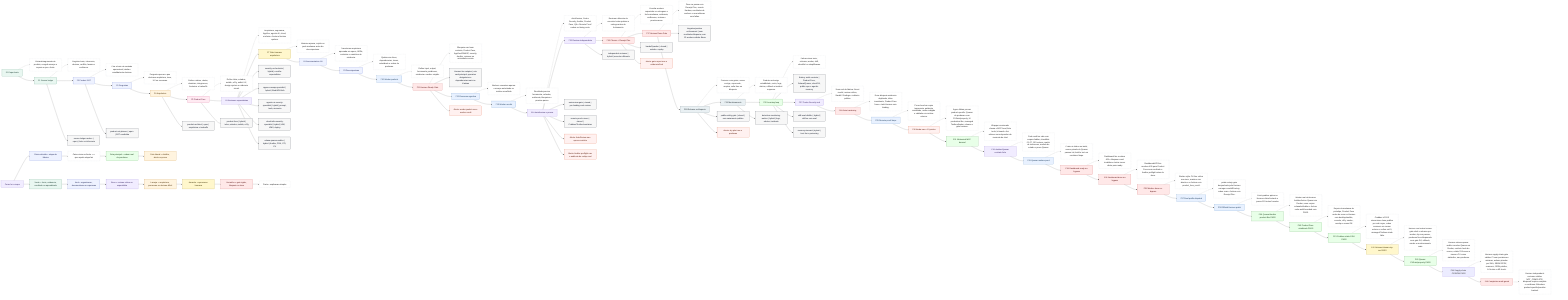
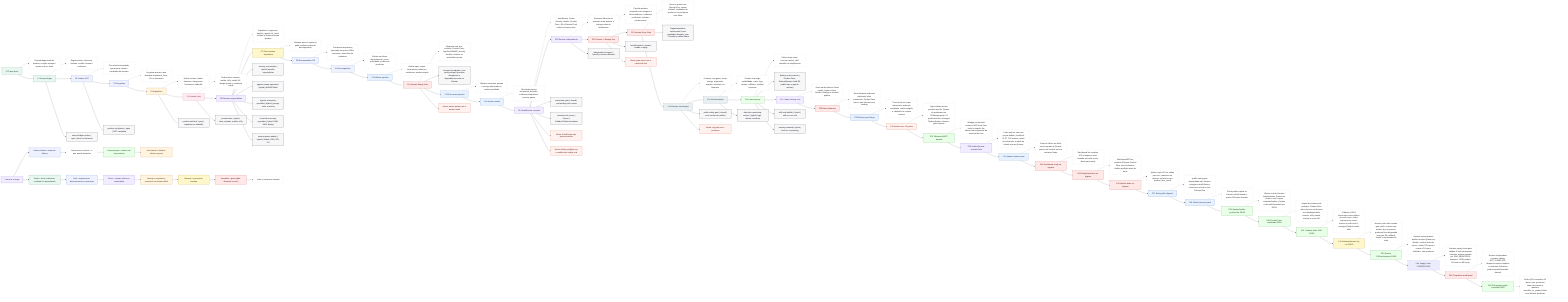
flowchart LR
  F0["F0 Paper bruto"]:::source
  F0D["Entrada baguncada do produto; congela escopo e separa o que e fonte."]:::desc
  F0 -.-> F0D
  F0 --> F1

  F1["F1 Source ledger"]:::source
  F1D["Registra fonte, inferencia, decisao, conflito, lacuna e confianca."]:::desc
  F1 -.-> F1D
  F1 --> F2

  F2["F2 Product SOT"]:::planning
  F2D["Cria a fonte da verdade operacional; ainda e candidata ate decisao."]:::desc
  F2 -.-> F2D
  F2 --> F3

  F3["F3 Perguntas"]:::planning
  F3D["Pergunta apenas o que destrava arquitetura, risco, UX ou execucao."]:::desc
  F3 -.-> F3D
  F3 --> F4

  F4["F4 Arquitetura"]:::architecture
  F4D["Define runtime, dados, dominios, integracoes, fronteiras e tradeoffs."]:::desc
  F4 -.-> F4D
  F4 --> F5

  F5["F5 Product Face"]:::face
  F5D["Define telas, estados, mobile, a11y, wallet UX, design system e evidencia visual."]:::desc
  F5 -.-> F5D
  F5 --> F6

  F6["F6 Revisoes especialistas"]:::review
  F6D["Arquitetura, seguranca, AppSec, agentic AI, cloud, onchain e frontend tentam quebrar."]:::desc
  F6 -.-> F6D
  F6 --> F7

  F7["F7 Gate humano arquitetura"]:::human
  F7D["Humano aprova, rejeita ou pede mudanca antes da decomposicao."]:::desc
  F7 -.-> F7D
  F7 --> F8

  F8["F8 Documentation OS"]:::planning
  F8D["Transforma arquitetura aprovada em specs, ADRs, contratos e caminhos de evidencia."]:::desc
  F8 -.-> F8D
  F8 --> F9

  F9["F9 Decomposicao"]:::planning
  F9D["Quebra em slices, dependencias, riscos, autoridade e ordem de producao."]:::desc
  F9 -.-> F9D
  F9 --> F10

  F10["F10 Worker packets"]:::execution
  F10D["Define input, output, ferramenta, proibicoes, evidencia e worker exigido."]:::desc
  F10 -.-> F10D
  F10 --> F11

  F11["F11 Hermes Ready Gate"]:::gate
  F11D["Bloqueia card sem contrato, Product Face, AppSec/OWASP, security, Auditor, reviewer ou autoridade correta."]:::desc
  F11 -.-> F11D
  F11 --> H1["Hermes live adapter | cria card principal, operarios obrigatorios e dependencias reais no Kanban"]:::worker
  F11 --> F12

  F12["F12 Execucao agentica"]:::execution
  F12D["Workers executam apenas o escopo autorizado no runtime escolhido."]:::desc
  F12 -.-> F12D
  F12 --> F13

  F13["F13 Worker results"]:::execution
  F13D["Resultado precisa ferramenta, achados, evidencia, bloqueios e proximo passo."]:::desc
  F13 -.-> F13D
  F13 --> F14

  F14["F14 AutoReview e provas"]:::review
  F14D["AutoReview, Codex Security, Auditor, Product Face, QA e Remote Proof rodam no timing certo."]:::desc
  F14 -.-> F14D
  F14 --> F15

  F15["F15 Revisao independente"]:::review
  F15D["Reviewer diferente do executor tenta quebrar a entrega antes do fechamento."]:::desc
  F15 -.-> F15D
  F15 --> F16

  F16["F16 Closure + Receipt Five"]:::gate
  F16D["Concilia workers requeridos vs entregues e fecha mudanca, evidencia, verificacao, revisao e proxima acao."]:::desc
  F16 -.-> F16D
  F16 --> F17

  F17["F17 Hermes Done Gate"]:::gate
  F17D["Done so passa com Receipt Five, evento Kanban, resultados de workers e reconciliacao sem faltas."]:::desc
  F17 -.-> F17D
  F17 --> H2["Negative/positive enforcement | sem resultados bloqueia; com 12 workers validos libera"]:::worker
  F17 --> F18

  F18["F18 Release ou bloqueio"]:::release
  F18D["Promove com gates; senao corrige, supersede, arquiva, volta fase ou bloqueia."]:::desc
  F18 -.-> F18D
  F18 --> F19

  F19["F19 Monitoramento"]:::release
  F19D["Produto real exige estabilidade, custo, logs, alertas, rollback e incident response."]:::desc
  F19 -.-> F19D
  F19 --> F20

  F20["F20 Learning loop"]:::learning
  F20D["Falhas viram teste, schema, worker, skill, checklist ou simplificacao."]:::desc
  F20 -.-> F20D
  F20 --> H3["Battery multi-contexto | Product Face, Solana/Quasar, cloud R4, public repo e agentic memory"]:::worker
  F20 --> F27

  F27["F27 Codex Security real"]:::review
  F27D["Scan real da fabrica: threat model, revisao critica, Bandit 0 findings e relatorio publico."]:::desc
  F27 -.-> F27D
  F27 --> F28

  F28["F28 Gate hardening"]:::gate
  F28D["Done bloqueia evidencia duplicada, inline inexistente, Product Face fraco e task Hermes sem binding."]:::desc
  F28 -.-> F28D
  F28 --> F29

  F29["F29 Remote proof limpo"]:::execution
  F29D["Prova local em copia temporaria, ambiente sanitizado, recibo redigido e validado em runtime externo."]:::desc
  F29 -.-> F29D
  F29 --> F30

  F30["F30 Ainda nao e 10 pratico"]:::alert
  F30D["Agora faltam provas product-specific: Quasar de producao com CU/fuzz/property, UI production-like, managed Testbox/broker, release e gate humano."]:::desc
  F30 -.-> F30D
  F30 --> F31

  F31["F31 Whimsical MCP duravel"]:::learning
  F31D["Wrapper versionado chama o MCP local, lista tools, le board e faz edicoes sem depender da memoria do chat."]:::desc
  F31 -.-> F31D
  F31 --> F32

  F32["F32 Auditor/Quasar contrato forte"]:::review
  F32D["Code audit so vale com corpus Auditor, checklists 01-07, 100 vetores, matriz de instrucoes, modelo de estado e prova Quasar."]:::desc
  F32 -.-> F32D
  F32 --> F33

  F33["F33 Quasar runtime proof"]:::execution
  F33D["Crates.io falhou no build; source pinado do Quasar passou init, build e test em container limpo."]:::desc
  F33 -.-> F33D
  F33 --> F34

  F34["F34 Dashboard ready no-bypass"]:::gate
  F34D["Dashboard live recebeu 409 e bloqueou card invalida ao tentar mover direto para ready."]:::desc
  F34 -.-> F34D
  F34 --> F35

  F35["F35 Dashboard done no-bypass"]:::gate
  F35D["Dashboard/API live recebeu 409 para Product Face sem resultado e Auditor preflight antes de done."]:::desc
  F35 -.-> F35D
  F35 --> F36

  F36["F36 Worker done no-bypass"]:::gate
  F36D["Worker-style CLI live voltou nao-zero, manteve run aberta e so fechou com product_face_result."]:::desc
  F36 -.-> F36D
  F36 --> F37

  F37["F37 Real profile dispatch"]:::execution
  F37D["public-safety-gate despachado pelo Hermes carregou overkill-factory, rodou scan e fechou com Receipt Five."]:::desc
  F37 -.-> F37D
  F37 --> F38

  F38["F38 Official Hermes patch"]:::execution
  F38D["Patch publico aplica no Hermes oficial testado e passa 119 testes focados."]:::desc
  F38 -.-> F38D
  F38 --> F39

  F39["F39 Quasar/Auditor product-like PASS"]:::learning
  F39D["Worker real do Hermes buildou/testou Quasar em Docker, usou corpus solanabr/Auditor e fechou code-audit bounded com PASS."]:::desc
  F39 -.-> F39D
  F39 --> F40

  F40["F40 Product Face atualizado PASS"]:::learning
  F40D["Depois da mudanca do prototipo, Product Face rodou de novo no Hermes com desktop/mobile, console, a11y smoke, overlap e scans OK."]:::desc
  F40 -.-> F40D
  F40 --> F41

  F41["F41 Crabbox static-SSH PASS"]:::learning
  F41D["Crabbox v0.26.0 sincronizou clone publico por ssh+rsync, rodou scanners em runner externo e voltou exit 0; managed Testbox ainda falta."]:::desc
  F41 -.-> F41D
  F41 --> F42

  F42["F42 Release/Human dry-run PASS"]:::human
  F42D["Hermes real rodou human-gate-clerk e release-ops-worker; dry-run passou, producao ficou bloqueada sem gate R4, rollback, smoke e monitoramento reais."]:::desc
  F42 -.-> F42D
  F42 --> F43

  F43["F43 Quasar CU/fuzz/property PASS"]:::learning
  F43D["Hermes solana-quasar-auditor rerodou Quasar em Docker, conferiu hash do source, cobriu 513 casos e marcou CU como simbolico, nao producao."]:::desc
  F43 -.-> F43D
  F43 --> F44

  F44["F44 Supply-chain CI/SBOM PASS"]:::security
  F44D["Hermes supply-chain-gate validou CI com permissoes minimas, actions pinadas por SHA, SBOM SPDX, scanners, JSON publico, 64 testes e diff check."]:::desc
  F44 -.-> F44D
  F44 --> F45

  F45["F45 Completion audit guard"]:::gate
  F45D["Hermes independent-reviewer validou NOT_COMPLETE, bloqueou require-complete e confirmou 6 blockers product-specific/provider-backed."]:::desc
  F45 -.-> F45D
+   F45 --> F46
+ 
+   F46["F46 Full product graph bounded PASS"]:::learning
+   F46D["Grafo QVG reconciliou 10 lanes reais, preservou stale refs visiveis e manteve reusable_for_product=false sem declarar producao."]:::desc
+   F46 -.-> F46D

  F1 --> W1["source-ledger-worker | open | fonte vs inferencia"]:::worker
  F2 --> W2["product-sot-planner | open | SOT candidata"]:::worker
  F4 --> W3["product-architect | open | arquitetura e tradeoffs"]:::worker
  F5 --> W4["product-face | hybrid | telas, estados, mobile, a11y"]:::worker
  F6 --> W5["security-orchestrator | hybrid | escolhe especialistas"]:::worker
  F6 --> W6["appsec-owasp-specialist | hybrid | Web/API/Auth"]:::worker
  F6 --> W7["agentic-ai-security-specialist | hybrid | prompt, tools, memoria"]:::worker
  F6 --> W8["cloud-infra-security-specialist | hybrid | IAM, KMS, deploy"]:::worker
  F6 --> W9["solana-quasar-auditor | hybrid | Auditor, PDA, CPI, CU"]:::worker
  F14 --> W10["autoreview-gate | closed | pre-landing code review"]:::worker
  F14 --> W11["remote-proof-runner | closed | Crabbox/Testbox/container"]:::worker
  F15 --> W12["independent-reviewer | hybrid | executor diferente"]:::worker
  F16 --> W13["handoff-packer | closed | estado e replay"]:::worker
  F18 --> W14["public-safety-gate | closed | sem vazamento publico"]:::worker
  F19 --> W15["detection-monitoring-worker | hybrid | logs, alertas, incidente"]:::worker
  F20 --> W16["skill-eval-distiller | hybrid | skill so com eval"]:::worker
  F20 --> W17["memory-steward | hybrid | trust tier e poisoning"]:::worker

  F11 --> A1["Alerta: worker packet nao e worker result"]:::alert
  F16 --> A2["Alerta: gate report nao e evidencia final"]:::alert
  F14 --> A3["Alerta: AutoReview nao aprova sozinho"]:::alert
  F14 --> A4["Alerta: Auditor preflight nao e auditoria de codigo real"]:::alert
  F18 --> A5["Alerta: dry pilot nao e producao"]:::alert

  LEGEND0["Como ler o mapa"]:::review
  LEGEND1["Caixa colorida = etapa da fabrica"]:::planning
  LEGEND2["Caixa cinza na frente = o que aquela etapa faz"]:::desc
  LEGEND3["Seta principal = ordem real de producao"]:::learning
  LEGEND4["Seta lateral = detalhe, alerta ou prova"]:::architecture
  LEGEND5["Verde = fonte, evidencia, resultado ou aprendizado"]:::source
  LEGEND6["Azul = organizacao, documentacao ou operacao"]:::planning
  LEGEND7["Roxo = revisao critica ou especialista"]:::review
  LEGEND8["Laranja = arquitetura, promocao ou decisao dificil"]:::architecture
  LEGEND9["Amarelo = aprovacao humana"]:::human
  LEGEND10["Vermelho = gate rigido, bloqueio ou risco"]:::gate
  LEGEND11["Prata = explicacao simples"]:::desc

  LEGEND0 --> LEGEND1 --> LEGEND2 --> LEGEND3 --> LEGEND4
  LEGEND0 --> LEGEND5 --> LEGEND6 --> LEGEND7 --> LEGEND8 --> LEGEND9 --> LEGEND10 --> LEGEND11

  classDef source fill:#e9f7f1,stroke:#217a54,color:#12372a;
  classDef planning fill:#eef2ff,stroke:#4f63c6,color:#1c2455;
  classDef architecture fill:#fff4df,stroke:#b36b00,color:#4a2d00;
  classDef face fill:#ffeaf2,stroke:#c23b72,color:#5f1735;
  classDef review fill:#f1ecff,stroke:#7656c9,color:#33215f;
  classDef human fill:#fff7cc,stroke:#9b7a00,color:#3d3000;
  classDef execution fill:#e8f1ff,stroke:#2e6db5,color:#173858;
  classDef gate fill:#ffe8e8,stroke:#bf3434,color:#5a1111;
  classDef release fill:#e9f0f3,stroke:#51626b,color:#202b30;
  classDef learning fill:#e8ffe8,stroke:#3b8b3b,color:#173d17;
  classDef desc fill:#ffffff,stroke:#aab3bd,color:#222222,stroke-dasharray: 3 3;
  classDef worker fill:#f7f7f7,stroke:#111827,color:#111827;
  classDef alert fill:#fff1f0,stroke:#d4380d,color:#5c1a08;
